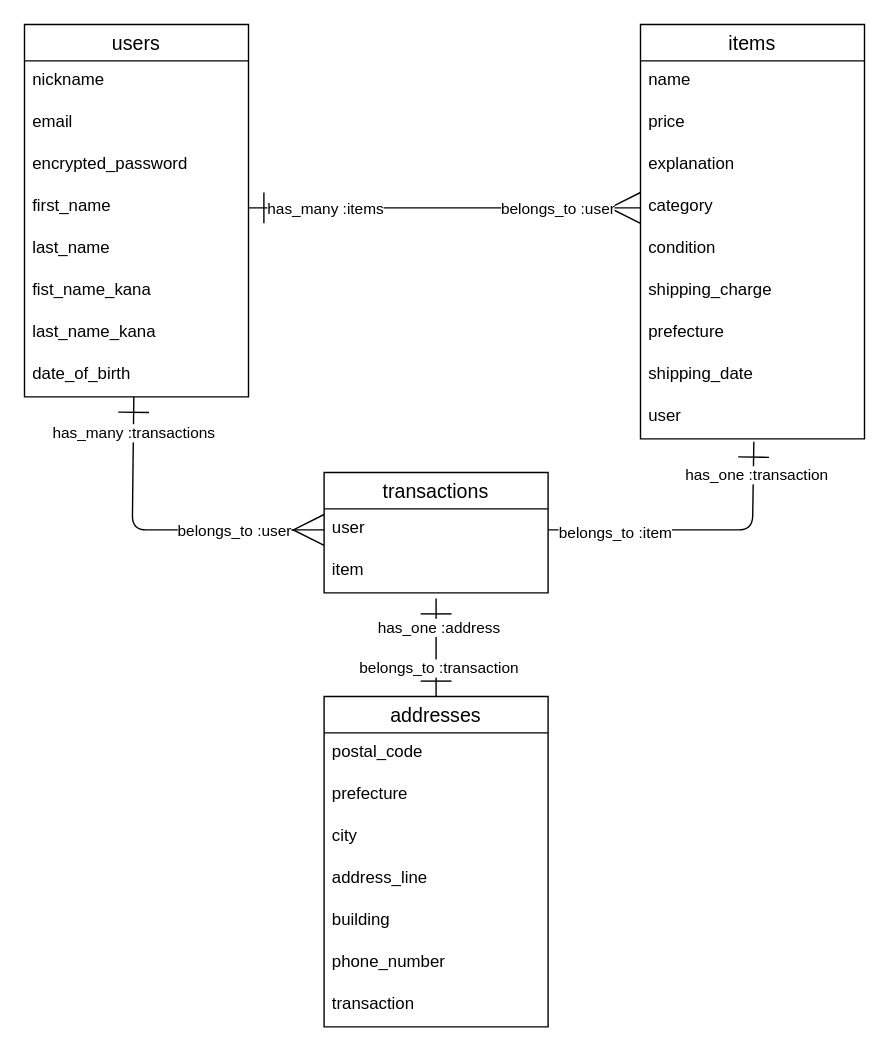
Earlier version of the draw.io diagram ER.dio (soichiroooo/furima-38688). Source tidied: cells renumbered, new cells numbered last; positions are measured from the earlier drawing's top-left corner, leaving out a move shared by most shapes. Both pictures are drawn from the tidied source at 140%, with x=0, y=0 at pixel (24, 24).
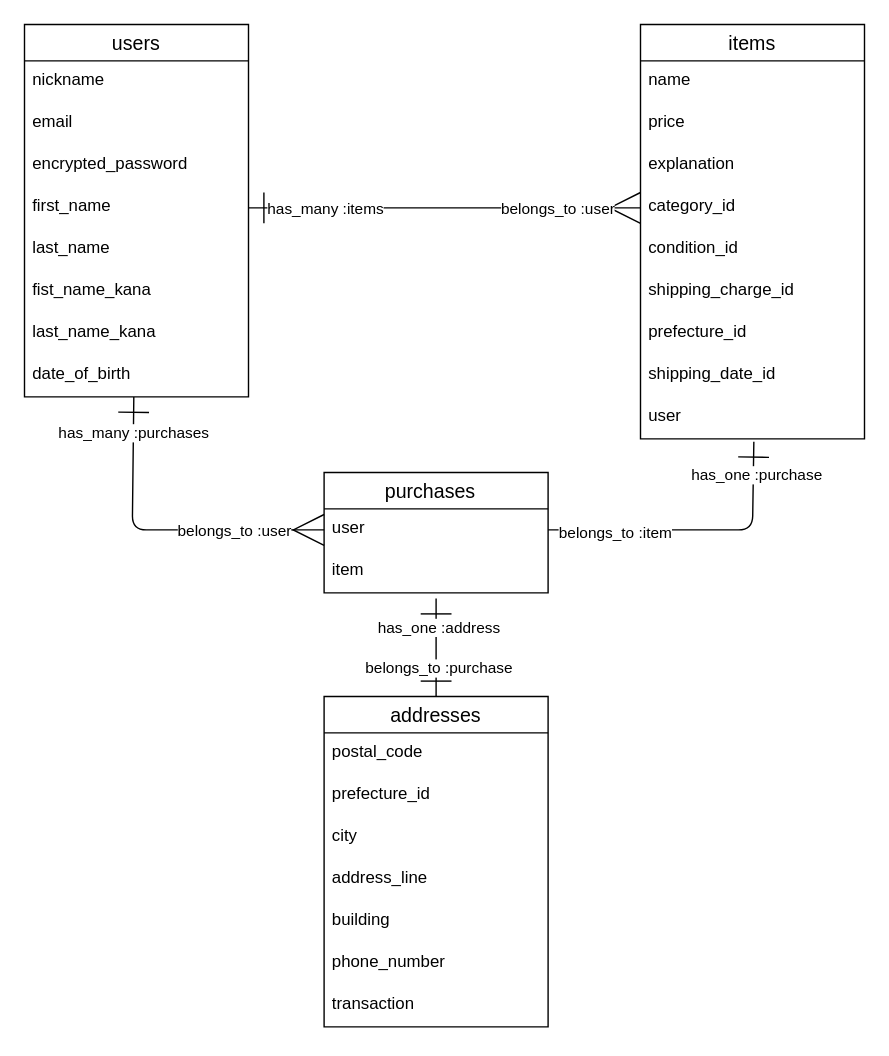
After the change.

Commit message (it also covers changes not shown here):
ER図、READMEの修正

・ActiveHashを利用するカラムのカラム名に「_id」を付与
・予約語を避け、テーブル名をtransactions→purchasesへ変更
・データ型「references」の複数形のsが抜けていたところを追記

Unchanged cells that the change refers to:
```xml
<mxCell id="11" value="items" style="swimlane;fontStyle=0;horizontal=1;startSize=26;align=center;fontSize=14;swimlaneFillColor=default;gradientColor=none;" parent="1" vertex="1">
  <mxGeometry x="440" width="160" height="296" as="geometry" />
</mxCell>
<mxCell id="27" value="addresses" style="swimlane;fontStyle=0;horizontal=1;startSize=26;align=center;fontSize=14;swimlaneFillColor=default;" parent="1" vertex="1">
  <mxGeometry x="214" y="480" width="160" height="236" as="geometry" />
</mxCell>
<mxCell id="35" style="fontSize=12;html=1;endArrow=ERmany;startSize=20;strokeWidth=1;endFill=0;jumpSize=100;entryX=0;entryY=0.5;entryDx=0;entryDy=0;targetPerimeterSpacing=0;startArrow=ERone;startFill=0;sourcePerimeterSpacing=0;endSize=20;exitX=0.488;exitY=1;exitDx=0;exitDy=0;exitPerimeter=0;" parent="1" edge="1" source="10" target="22">
  <mxGeometry relative="1" as="geometry">
    <Array as="points">
      <mxPoint x="77" y="361" />
    </Array>
  </mxGeometry>
</mxCell>
<mxCell id="38" style="fontSize=12;html=1;endArrow=none;startSize=20;strokeWidth=1;endFill=0;jumpSize=100;targetPerimeterSpacing=0;startArrow=ERone;startFill=0;sourcePerimeterSpacing=0;endSize=20;entryX=1;entryY=0.5;entryDx=0;entryDy=0;exitX=0.506;exitY=1.067;exitDx=0;exitDy=0;exitPerimeter=0;" parent="1" edge="1" source="20" target="22">
  <mxGeometry relative="1" as="geometry">
    <Array as="points">
      <mxPoint x="520" y="361" />
    </Array>
  </mxGeometry>
</mxCell>
<mxCell id="41" style="fontSize=12;html=1;endArrow=ERone;startSize=20;strokeWidth=1;endFill=0;jumpSize=100;targetPerimeterSpacing=0;startArrow=ERone;startFill=0;sourcePerimeterSpacing=0;endSize=20;exitX=0.5;exitY=0;exitDx=0;exitDy=0;" parent="1" edge="1" source="27">
  <mxGeometry relative="1" as="geometry">
    <mxPoint x="294" y="410" as="targetPoint" />
  </mxGeometry>
</mxCell>
```

Change to the diagram source:
```diff
@@
-    <mxCell id="15" value="category" style="text;strokeColor=none;fillColor=none;spacingLeft=4;spacingRight=4;overflow=hidden;points=[[0,0.5],[1,0.5]];portConstraint=eastwest;fontSize=12;" parent="11" vertex="1">
+    <mxCell id="15" value="category_id" style="text;strokeColor=none;fillColor=none;spacingLeft=4;spacingRight=4;overflow=hidden;points=[[0,0.5],[1,0.5]];portConstraint=eastwest;fontSize=12;" parent="11" vertex="1">
       <mxGeometry y="116" width="160" height="30" as="geometry" />
     </mxCell>
-    <mxCell id="16" value="condition" style="text;strokeColor=none;fillColor=none;spacingLeft=4;spacingRight=4;overflow=hidden;fontSize=12;" parent="11" vertex="1">
+    <mxCell id="16" value="condition_id" style="text;strokeColor=none;fillColor=none;spacingLeft=4;spacingRight=4;overflow=hidden;fontSize=12;" parent="11" vertex="1">
       <mxGeometry y="146" width="160" height="30" as="geometry" />
     </mxCell>
-    <mxCell id="17" value="shipping_charge" style="text;strokeColor=none;fillColor=none;spacingLeft=4;spacingRight=4;overflow=hidden;fontSize=12;" parent="11" vertex="1">
+    <mxCell id="17" value="shipping_charge_id" style="text;strokeColor=none;fillColor=none;spacingLeft=4;spacingRight=4;overflow=hidden;fontSize=12;" parent="11" vertex="1">
       <mxGeometry y="176" width="160" height="30" as="geometry" />
     </mxCell>
-    <mxCell id="18" value="prefecture" style="text;strokeColor=none;fillColor=none;spacingLeft=4;spacingRight=4;overflow=hidden;fontSize=12;" parent="11" vertex="1">
+    <mxCell id="18" value="prefecture_id" style="text;strokeColor=none;fillColor=none;spacingLeft=4;spacingRight=4;overflow=hidden;fontSize=12;" parent="11" vertex="1">
       <mxGeometry y="206" width="160" height="30" as="geometry" />
     </mxCell>
-    <mxCell id="19" value="shipping_date" style="text;strokeColor=none;fillColor=none;spacingLeft=4;spacingRight=4;overflow=hidden;fontSize=12;" parent="11" vertex="1">
+    <mxCell id="19" value="shipping_date_id" style="text;strokeColor=none;fillColor=none;spacingLeft=4;spacingRight=4;overflow=hidden;fontSize=12;" parent="11" vertex="1">
       <mxGeometry y="236" width="160" height="30" as="geometry" />
     </mxCell>
@@
-    <mxCell id="21" value="transactions" style="swimlane;fontStyle=0;horizontal=1;startSize=26;align=center;fontSize=14;swimlaneFillColor=default;" parent="1" vertex="1">
+    <mxCell id="21" value="purchases  " style="swimlane;fontStyle=0;horizontal=1;startSize=26;align=center;fontSize=14;swimlaneFillColor=default;" parent="1" vertex="1">
       <mxGeometry x="214" y="320" width="160" height="86" as="geometry" />
     </mxCell>
@@
-    <mxCell id="29" value="prefecture" style="text;strokeColor=none;fillColor=none;spacingLeft=4;spacingRight=4;overflow=hidden;fontSize=12;" parent="27" vertex="1">
+    <mxCell id="29" value="prefecture_id" style="text;strokeColor=none;fillColor=none;spacingLeft=4;spacingRight=4;overflow=hidden;fontSize=12;" parent="27" vertex="1">
       <mxGeometry y="56" width="160" height="30" as="geometry" />
     </mxCell>
@@
-    <mxCell id="37" value="has_many :transactions" style="edgeLabel;html=1;align=center;verticalAlign=middle;" parent="35" vertex="1">
+    <mxCell id="37" value="has_many :purchases" style="edgeLabel;html=1;align=center;verticalAlign=middle;" parent="35" vertex="1">
       <mxGeometry x="-0.78" relative="1" as="geometry" />
     </mxCell>
@@
-    <mxCell id="39" value="has_one :transaction" style="edgeLabel;html=1;align=center;verticalAlign=middle;" parent="38" vertex="1">
+    <mxCell id="39" value="has_one :purchase" style="edgeLabel;html=1;align=center;verticalAlign=middle;" parent="38" vertex="1">
       <mxGeometry x="-0.78" y="2" relative="1" as="geometry" />
     </mxCell>
@@
-    <mxCell id="43" value="belongs_to :transaction" style="edgeLabel;html=1;align=center;verticalAlign=middle;" parent="41" vertex="1">
+    <mxCell id="43" value="belongs_to :purchase" style="edgeLabel;html=1;align=center;verticalAlign=middle;" parent="41" vertex="1">
       <mxGeometry x="-0.4" y="-1" relative="1" as="geometry" />
     </mxCell>
```
